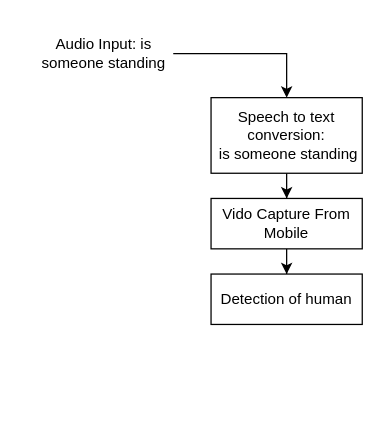
ahmad2001hotmailyahoo/ahmad-arc keeps this draw.io diagram as ArchectectureDaigram.drawio. Above is the earlier version. Source tidied: cells renumbered, new cells numbered last; positions are measured from the earlier drawing's top-left corner, leaving out a move shared by most shapes. Both pictures are drawn from the tidied source at 126%, with x=0, y=0 at pixel (34, 21).
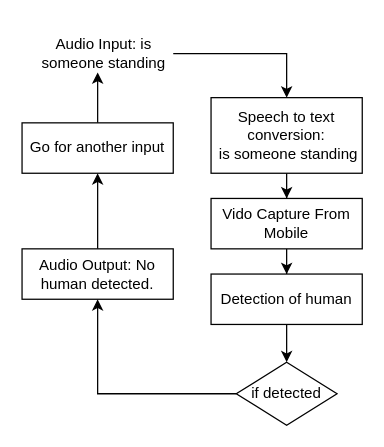
Above is the later version.

Change to the diagram source:
```diff
@@
 <mxGraphModel>
   <root>
     <mxCell id="0" />
     <mxCell id="1" parent="0" />
     <mxCell id="2" style="edgeStyle=orthogonalEdgeStyle;rounded=0;jettySize=auto;html=1;" parent="1" edge="1" source="3" target="7">
       <mxGeometry relative="1" as="geometry" />
     </mxCell>
     <mxCell id="3" value="Speech to text conversion:&lt;br&gt;&amp;nbsp;is someone standing" style="whiteSpace=wrap;html=1;" parent="1" vertex="1">
       <mxGeometry x="140" y="60" width="120" height="60" as="geometry" />
     </mxCell>
     <mxCell id="4" style="edgeStyle=orthogonalEdgeStyle;rounded=0;jettySize=auto;html=1;" parent="1" edge="1" source="5" target="3">
       <mxGeometry relative="1" as="geometry" />
     </mxCell>
     <mxCell id="5" value="Audio Input: is someone standing" style="text;html=1;strokeColor=none;fillColor=none;align=center;verticalAlign=middle;whiteSpace=wrap;rounded=0;" parent="1" vertex="1">
       <mxGeometry width="110" height="50" as="geometry" />
     </mxCell>
     <mxCell id="6" style="edgeStyle=orthogonalEdgeStyle;rounded=0;jettySize=auto;html=1;" parent="1" edge="1" source="7" target="8">
       <mxGeometry relative="1" as="geometry" />
     </mxCell>
     <mxCell id="7" value="Vido Capture From Mobile" style="whiteSpace=wrap;html=1;" parent="1" vertex="1">
       <mxGeometry x="140" y="140" width="120" height="40" as="geometry" />
     </mxCell>
+    <mxCell id="9" style="edgeStyle=orthogonalEdgeStyle;rounded=0;jettySize=auto;html=1;" parent="1" edge="1" source="8" target="11">
+      <mxGeometry relative="1" as="geometry" />
+    </mxCell>
     <mxCell id="8" value="Detection of human" style="whiteSpace=wrap;html=1;" parent="1" vertex="1">
       <mxGeometry x="140" y="200" width="120" height="40" as="geometry" />
     </mxCell>
+    <mxCell id="10" style="edgeStyle=orthogonalEdgeStyle;rounded=0;jettySize=auto;html=1;" parent="1" edge="1" source="11" target="13">
+      <mxGeometry relative="1" as="geometry" />
+    </mxCell>
+    <mxCell id="11" value="if detected" style="rhombus;whiteSpace=wrap;html=1;" parent="1" vertex="1">
+      <mxGeometry x="160" y="270" width="80" height="50" as="geometry" />
+    </mxCell>
+    <mxCell id="12" style="edgeStyle=orthogonalEdgeStyle;rounded=0;jettySize=auto;html=1;" parent="1" edge="1" source="13" target="15">
+      <mxGeometry relative="1" as="geometry" />
+    </mxCell>
+    <mxCell id="13" value="Audio Output: No human detected.&lt;br&gt;" style="whiteSpace=wrap;html=1;" parent="1" vertex="1">
+      <mxGeometry x="-10" y="180" width="120" height="40" as="geometry" />
+    </mxCell>
+    <mxCell id="14" style="edgeStyle=orthogonalEdgeStyle;rounded=0;jettySize=auto;html=1;" parent="1" edge="1" source="15">
+      <mxGeometry relative="1" as="geometry">
+        <mxPoint x="50" y="40" as="targetPoint" />
+      </mxGeometry>
+    </mxCell>
+    <mxCell id="15" value="Go for another input" style="whiteSpace=wrap;html=1;" parent="1" vertex="1">
+      <mxGeometry x="-10" y="80" width="120" height="40" as="geometry" />
+    </mxCell>
   </root>
 </mxGraphModel>
```
